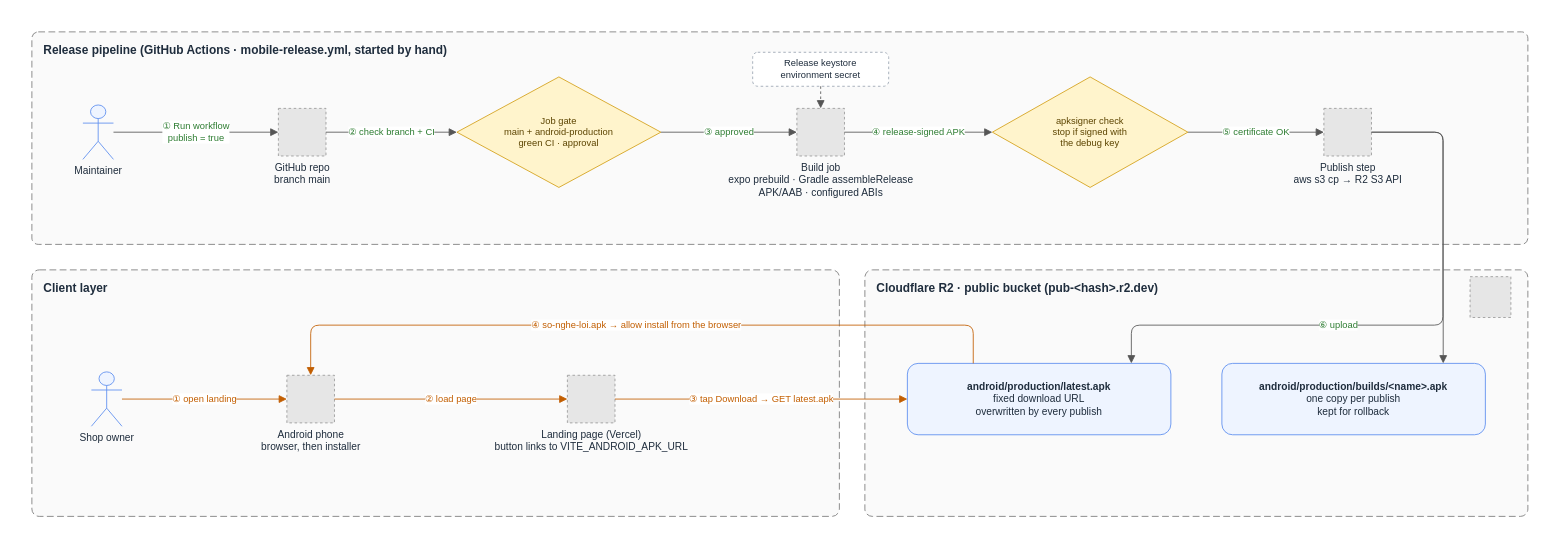
miphu2804/smart-ledger keeps this draw.io diagram as docs/architecture/diagrams/src/apk-release.drawio. Above is the earlier version. Source tidied: cells renumbered, new cells numbered last; positions are measured from the earlier drawing's top-left corner, leaving out a move shared by most shapes. Both pictures are drawn from the tidied source at 85%, with x=0, y=0 at pixel (14, 14). Pictures stored in the file or linked from it are replaced by grey dashed boxes.
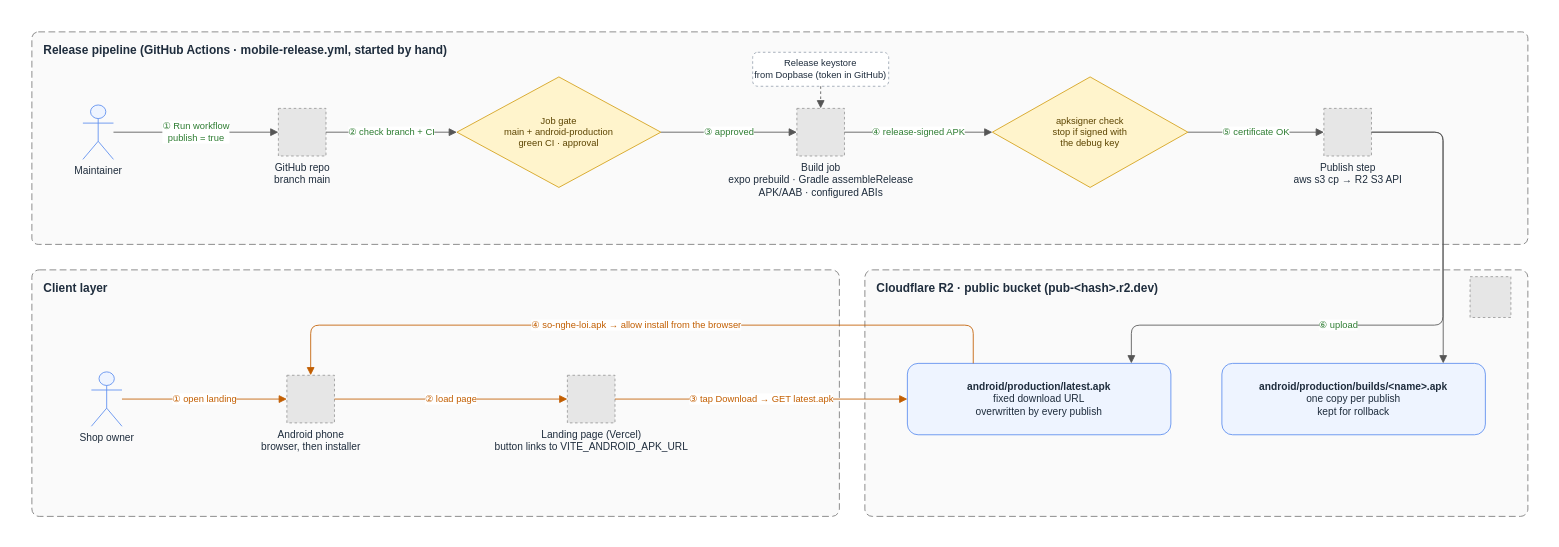
Above is the later version.

Commit message (it also covers changes not shown here):
docs: correct keystore source, chat timeout and classifier headers

Diff of the diagram source:
```diff
@@
-    <mxCell id="8" value="Release keystore&lt;br&gt;environment secret" style="rounded=1;whiteSpace=wrap;html=1;dashed=1;fillColor=#ffffff;strokeColor=#9aa5b1;fontSize=11;fontColor=#1f2d3d;" parent="1" vertex="1">
+    <mxCell id="8" value="Release keystore&lt;br&gt;from Dopbase (token in GitHub)" style="rounded=1;whiteSpace=wrap;html=1;dashed=1;fillColor=#ffffff;strokeColor=#9aa5b1;fontSize=11;fontColor=#1f2d3d;" parent="1" vertex="1">
       <mxGeometry x="868" y="44" width="160" height="40" as="geometry" />
     </mxCell>
```
